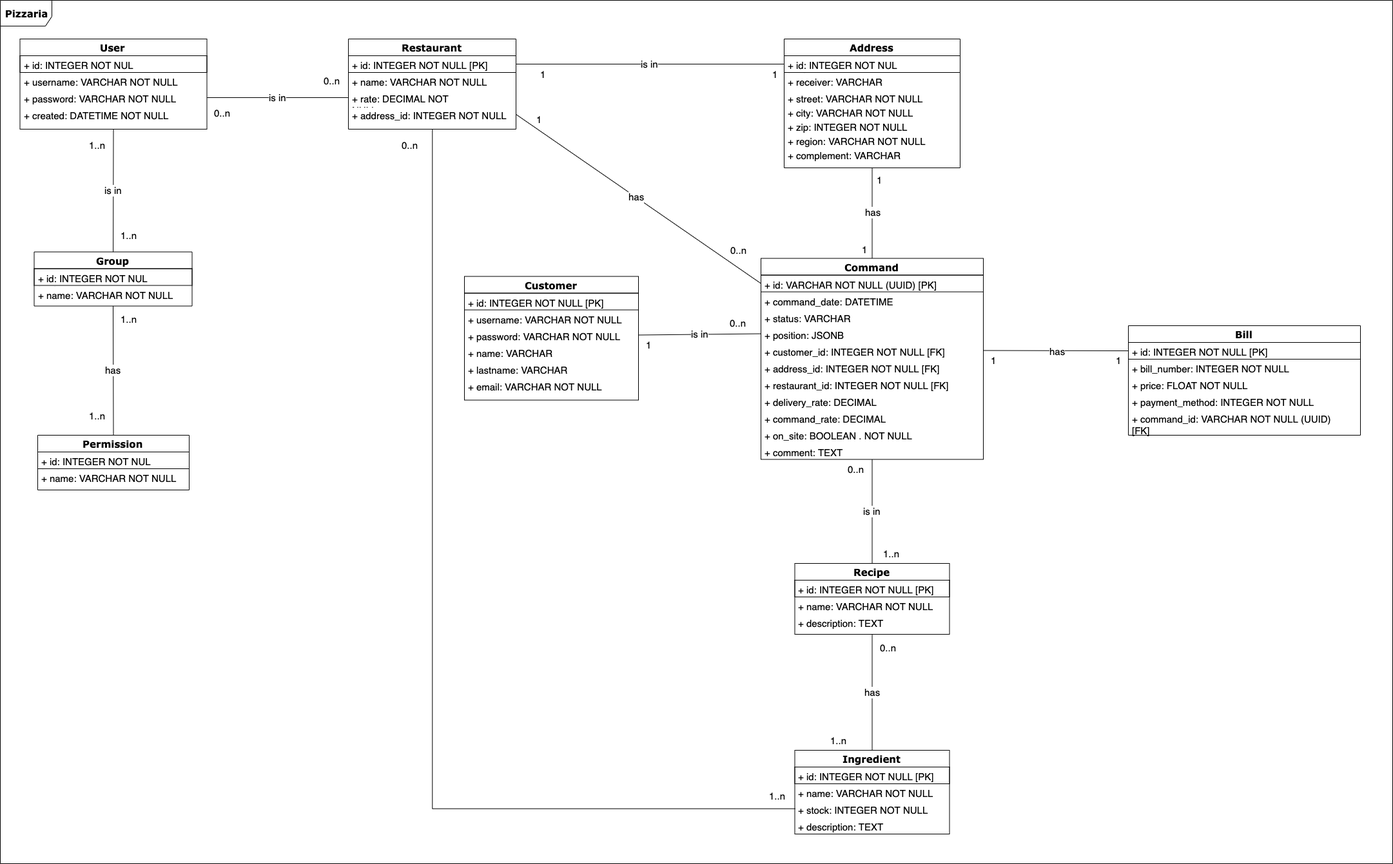
ritchy7/cosotespi keeps this draw.io diagram as docs/class diagram/class diagram pizzeria.png. Above is the earlier version. Source tidied: cells renumbered, new cells last; positions are measured from the earlier drawing's top-left corner, leaving out a move shared by most shapes.
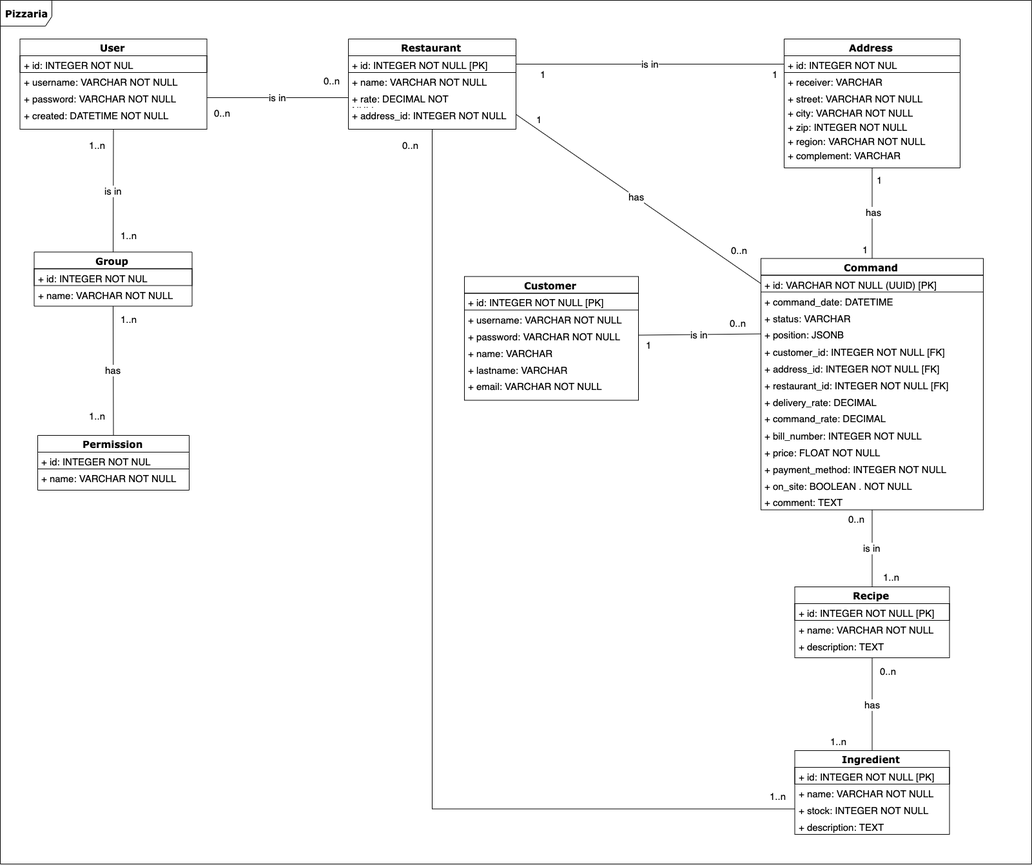
The same file after the commit.

Diff of the diagram source:
```diff
@@ -3,10 +3,10 @@
     <mxCell id="0" />
     <mxCell id="1" parent="0" />
     <mxCell id="2" value="&lt;b style=&quot;font-size: 15px;&quot;&gt;Pizzaria&lt;/b&gt;" style="shape=umlFrame;whiteSpace=wrap;html=1;rounded=0;shadow=0;comic=0;labelBackgroundColor=none;strokeColor=#000000;strokeWidth=1;fillColor=#ffffff;fontFamily=Verdana;fontSize=15;fontColor=#000000;align=center;width=80;height=40;" parent="1" vertex="1">
-      <mxGeometry width="2160" height="1340" as="geometry" />
+      <mxGeometry width="1600" height="1340" as="geometry" />
     </mxCell>
     <mxCell id="3" value="&lt;b style=&quot;font-size: 15px;&quot;&gt;Command&lt;/b&gt;" style="swimlane;html=1;fontStyle=0;horizontal=1;startSize=26;fillColor=none;swimlaneFillColor=#ffffff;rounded=0;shadow=0;comic=0;labelBackgroundColor=none;strokeColor=#000000;strokeWidth=1;fontFamily=Verdana;fontSize=15;fontColor=#000000;align=center;" parent="1" vertex="1">
-      <mxGeometry x="1180" y="400.5" width="345" height="312" as="geometry" />
+      <mxGeometry x="1180" y="400.5" width="345" height="390" as="geometry" />
     </mxCell>
     <mxCell id="4" value="+ id: VARCHAR NOT NULL (UUID) [PK]" style="text;html=1;strokeColor=#000000;fillColor=none;align=left;verticalAlign=top;spacingLeft=4;spacingRight=4;whiteSpace=wrap;overflow=hidden;points=[[0,0.5],[1,0.5]];portConstraint=eastwest;fontSize=15;" parent="3" vertex="1">
       <mxGeometry y="26" width="345" height="26" as="geometry" />
@@ -35,14 +35,23 @@
     <mxCell id="12" value="+ command_rate: DECIMAL" style="text;html=1;strokeColor=none;fillColor=none;align=left;verticalAlign=top;spacingLeft=4;spacingRight=4;whiteSpace=wrap;overflow=hidden;fontSize=15;" parent="3" vertex="1">
       <mxGeometry y="234" width="345" height="26" as="geometry" />
     </mxCell>
+    <mxCell id="52" value="+ bill_number: INTEGER NOT NULL" style="text;html=1;strokeColor=none;fillColor=none;align=left;verticalAlign=top;spacingLeft=4;spacingRight=4;whiteSpace=wrap;overflow=hidden;fontSize=15;" parent="3" vertex="1">
+      <mxGeometry y="260" width="345" height="26" as="geometry" />
+    </mxCell>
+    <mxCell id="53" value="+ price: FLOAT NOT NULL" style="text;html=1;strokeColor=none;fillColor=none;align=left;verticalAlign=top;spacingLeft=4;spacingRight=4;whiteSpace=wrap;overflow=hidden;fontSize=15;" parent="3" vertex="1">
+      <mxGeometry y="286" width="345" height="26" as="geometry" />
+    </mxCell>
+    <mxCell id="54" value="+ payment_method: INTEGER NOT NULL" style="text;html=1;strokeColor=none;fillColor=none;align=left;verticalAlign=top;spacingLeft=4;spacingRight=4;whiteSpace=wrap;overflow=hidden;fontSize=15;" parent="3" vertex="1">
+      <mxGeometry y="312" width="345" height="26" as="geometry" />
+    </mxCell>
     <mxCell id="13" value="+ on_site: BOOLEAN . NOT NULL" style="text;html=1;strokeColor=none;fillColor=none;align=left;verticalAlign=top;spacingLeft=4;spacingRight=4;whiteSpace=wrap;overflow=hidden;fontSize=15;" parent="3" vertex="1">
-      <mxGeometry y="260" width="345" height="26" as="geometry" />
+      <mxGeometry y="338" width="345" height="26" as="geometry" />
     </mxCell>
     <mxCell id="14" value="+ comment: TEXT" style="text;html=1;strokeColor=none;fillColor=none;align=left;verticalAlign=top;spacingLeft=4;spacingRight=4;whiteSpace=wrap;overflow=hidden;fontSize=15;" parent="3" vertex="1">
-      <mxGeometry y="286" width="345" height="26" as="geometry" />
+      <mxGeometry y="364" width="345" height="26" as="geometry" />
     </mxCell>
     <mxCell id="15" value="&lt;b style=&quot;font-size: 15px&quot;&gt;Recipe&lt;/b&gt;" style="swimlane;html=1;fontStyle=0;horizontal=1;startSize=26;fillColor=none;swimlaneFillColor=#ffffff;rounded=0;shadow=0;comic=0;labelBackgroundColor=none;strokeColor=#000000;strokeWidth=1;fontFamily=Verdana;fontSize=15;fontColor=#000000;align=center;" parent="1" vertex="1">
-      <mxGeometry x="1232.5" y="874" width="240" height="110" as="geometry" />
+      <mxGeometry x="1232.5" y="910" width="240" height="110" as="geometry" />
     </mxCell>
     <mxCell id="16" value="+ id: INTEGER NOT NULL [PK]" style="text;html=1;strokeColor=#000000;fillColor=none;align=left;verticalAlign=top;spacingLeft=4;spacingRight=4;whiteSpace=wrap;overflow=hidden;fontSize=15;" parent="15" vertex="1">
       <mxGeometry y="26" width="240" height="26" as="geometry" />
@@ -146,24 +155,6 @@
     <mxCell id="49" value="+ complement: VARCHAR" style="text;html=1;strokeColor=none;fillColor=none;align=left;verticalAlign=top;spacingLeft=4;spacingRight=4;whiteSpace=wrap;overflow=hidden;fontSize=15;" parent="42" vertex="1">
       <mxGeometry y="166" width="273" height="22" as="geometry" />
     </mxCell>
-    <mxCell id="50" value="&lt;b style=&quot;font-size: 15px;&quot;&gt;Bill&lt;/b&gt;" style="swimlane;html=1;fontStyle=0;horizontal=1;startSize=26;fillColor=none;swimlaneFillColor=#ffffff;rounded=0;shadow=0;comic=0;labelBackgroundColor=none;strokeColor=#000000;strokeWidth=1;fontFamily=Verdana;fontSize=15;fontColor=#000000;align=center;" parent="1" vertex="1">
-      <mxGeometry x="1750" y="505" width="360" height="170" as="geometry" />
-    </mxCell>
-    <mxCell id="51" value="+ id: INTEGER NOT NULL [PK]" style="text;html=1;strokeColor=#000000;fillColor=none;align=left;verticalAlign=top;spacingLeft=4;spacingRight=4;whiteSpace=wrap;overflow=hidden;points=[[0,0.5],[1,0.5]];portConstraint=eastwest;fontSize=15;" parent="50" vertex="1">
-      <mxGeometry y="26" width="360" height="26" as="geometry" />
-    </mxCell>
-    <mxCell id="52" value="+ bill_number: INTEGER NOT NULL" style="text;html=1;strokeColor=none;fillColor=none;align=left;verticalAlign=top;spacingLeft=4;spacingRight=4;whiteSpace=wrap;overflow=hidden;fontSize=15;" parent="50" vertex="1">
-      <mxGeometry y="52" width="360" height="26" as="geometry" />
-    </mxCell>
-    <mxCell id="53" value="+ price: FLOAT NOT NULL" style="text;html=1;strokeColor=none;fillColor=none;align=left;verticalAlign=top;spacingLeft=4;spacingRight=4;whiteSpace=wrap;overflow=hidden;fontSize=15;" parent="50" vertex="1">
-      <mxGeometry y="78" width="360" height="26" as="geometry" />
-    </mxCell>
-    <mxCell id="54" value="+ payment_method: INTEGER NOT NULL" style="text;html=1;strokeColor=none;fillColor=none;align=left;verticalAlign=top;spacingLeft=4;spacingRight=4;whiteSpace=wrap;overflow=hidden;fontSize=15;" parent="50" vertex="1">
-      <mxGeometry y="104" width="360" height="26" as="geometry" />
-    </mxCell>
-    <mxCell id="55" value="+ command_id: VARCHAR NOT NULL (UUID) [FK]" style="text;html=1;strokeColor=none;fillColor=none;align=left;verticalAlign=top;spacingLeft=4;spacingRight=4;whiteSpace=wrap;overflow=hidden;fontSize=15;" parent="50" vertex="1">
-      <mxGeometry y="130" width="360" height="40" as="geometry" />
-    </mxCell>
     <mxCell id="56" value="is in" style="endArrow=none;html=1;endSize=12;startArrow=none;startSize=14;startFill=0;endFill=0;entryX=0.5;entryY=1;entryDx=0;entryDy=0;fontSize=15;" parent="1" edge="1" source="36" target="31">
       <mxGeometry relative="1" as="geometry" />
     </mxCell>
@@ -245,22 +236,6 @@
         <mxPoint x="-37.5" y="-30" as="offset" />
       </mxGeometry>
     </mxCell>
-    <mxCell id="75" style="endArrow=none;html=1;endSize=12;startArrow=none;startSize=14;startFill=0;endFill=0;entryX=0;entryY=0.5;entryDx=0;entryDy=0;exitX=1;exitY=0.5;exitDx=0;exitDy=0;fontSize=15;" parent="1" edge="1" source="8" target="51">
-      <mxGeometry relative="1" as="geometry" />
-    </mxCell>
-    <mxCell id="76" value="1" style="html=1;align=left;verticalAlign=top;labelBackgroundColor=#ffffff;fontSize=15;" parent="75" vertex="1">
-      <mxGeometry x="-1" relative="1" as="geometry">
-        <mxPoint x="10" as="offset" />
-      </mxGeometry>
-    </mxCell>
-    <mxCell id="77" value="1" style="html=1;align=right;verticalAlign=top;labelBackgroundColor=#ffffff;fontSize=15;" parent="75" vertex="1">
-      <mxGeometry x="1" relative="1" as="geometry">
-        <mxPoint x="-10" as="offset" />
-      </mxGeometry>
-    </mxCell>
-    <mxCell id="78" value="has" style="text;html=1;align=center;verticalAlign=middle;labelBackgroundColor=#ffffff;fontSize=15;" parent="75" vertex="1">
-      <mxGeometry x="0.01" y="-1" relative="1" as="geometry" />
-    </mxCell>
     <mxCell id="79" value="is in" style="endArrow=none;html=1;endSize=12;startArrow=none;startSize=14;startFill=0;endFill=0;entryX=0;entryY=0.5;entryDx=0;entryDy=0;exitX=1;exitY=0.5;exitDx=0;exitDy=0;fontSize=15;" parent="1" edge="1" source="34" target="86">
       <mxGeometry relative="1" as="geometry" />
     </mxCell>
```
